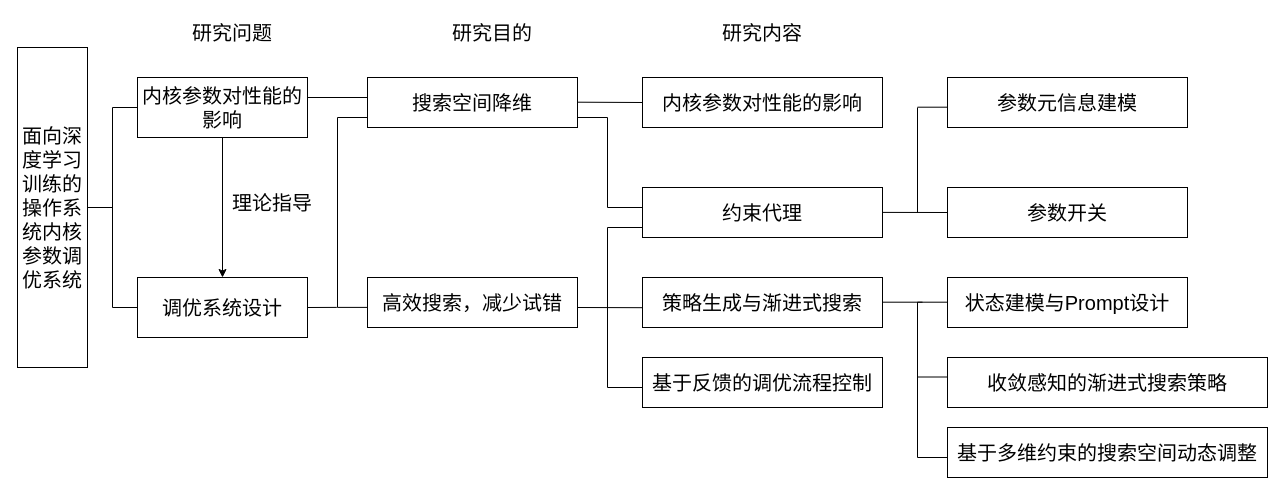
Before: 硕士论文1.drawio in DonCoyi/_pictures, a draw.io diagram. Source tidied: cells renumbered, new cells numbered last; positions are measured from the earlier drawing's top-left corner, leaving out a move shared by most shapes. Both pictures are drawn from the tidied source at 100%, with x=0, y=0 at pixel (17, 17).
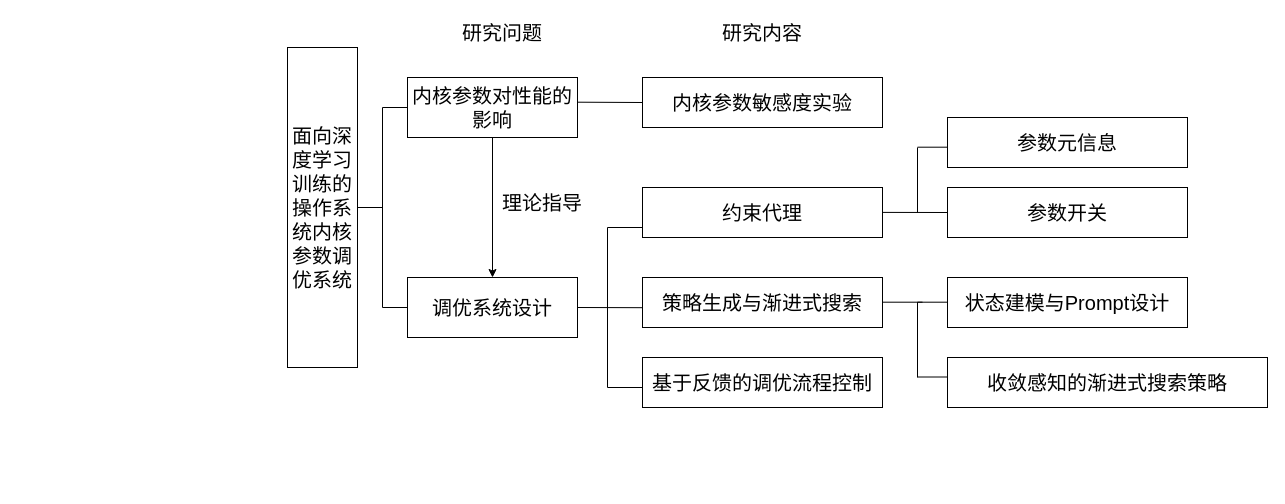
After the change.

Commit message:
更新硕士论文1.drawio

The edit, as a diff of the source:
```diff
@@
     <mxCell id="2" value="&lt;p class=&quot;MsoNormal&quot; align=&quot;center&quot; style=&quot;text-indent: 0cm; line-height: 120%;&quot;&gt;&lt;font&gt;&lt;a name=&quot;_Toc162113345&quot;&gt;&lt;/a&gt;&lt;a name=&quot;_Toc162125558&quot;&gt;&lt;/a&gt;&lt;a name=&quot;_Toc162125782&quot;&gt;&lt;/a&gt;&lt;a name=&quot;_Toc162200578&quot;&gt;&lt;/a&gt;&lt;a name=&quot;_Toc162626720&quot;&gt;&lt;/a&gt;&lt;a name=&quot;_Toc162702312&quot;&gt;&lt;/a&gt;&lt;a name=&quot;_Toc162807064&quot;&gt;&lt;span style=&quot;line-height: 120%; font-family: 宋体;&quot;&gt;面向深度学习训练的操作系统内核参数调优系统&lt;/span&gt;&lt;/a&gt;&lt;/font&gt;&lt;b&gt;&lt;span lang=&quot;EN-US&quot; style=&quot;font-size:&amp;lt;br/&amp;gt;26.0pt;mso-bidi-font-size:12.0pt;line-height:120%&quot;&gt;&lt;/span&gt;&lt;/b&gt;&lt;/p&gt;" style="rounded=0;whiteSpace=wrap;html=1;fontSize=20;" parent="1" vertex="1">
-      <mxGeometry y="30" width="70" height="320" as="geometry" />
+      <mxGeometry x="270" y="30" width="70" height="320" as="geometry" />
     </mxCell>
     <mxCell id="3" value="&lt;p class=&quot;MsoNormal&quot; align=&quot;center&quot; style=&quot;text-indent: 0cm; line-height: 120%;&quot;&gt;&lt;font face=&quot;宋体&quot;&gt;&lt;span&gt;内核参数对性能的影响&lt;/span&gt;&lt;/font&gt;&lt;/p&gt;" style="rounded=0;whiteSpace=wrap;html=1;fontSize=20;" parent="1" vertex="1">
-      <mxGeometry x="120" y="60" width="170" height="60" as="geometry" />
+      <mxGeometry x="390" y="60" width="170" height="60" as="geometry" />
     </mxCell>
     <mxCell id="4" value="&lt;p class=&quot;MsoNormal&quot; align=&quot;center&quot; style=&quot;text-indent: 0cm; line-height: 120%;&quot;&gt;&lt;font face=&quot;宋体&quot;&gt;&lt;span&gt;调优系统设计&lt;/span&gt;&lt;/font&gt;&lt;/p&gt;" style="rounded=0;whiteSpace=wrap;html=1;fontSize=20;" parent="1" vertex="1">
-      <mxGeometry x="120" y="260" width="170" height="60" as="geometry" />
+      <mxGeometry x="390" y="260" width="170" height="60" as="geometry" />
     </mxCell>
     <mxCell id="5" value="&lt;font face=&quot;宋体&quot;&gt;研究问题&lt;/font&gt;" style="text;html=1;whiteSpace=wrap;align=center;verticalAlign=middle;rounded=0;fontSize=20;" parent="1" vertex="1">
-      <mxGeometry x="170" width="90" height="30" as="geometry" />
+      <mxGeometry x="440" width="90" height="30" as="geometry" />
     </mxCell>
-    <mxCell id="6" value="&lt;span&gt;&lt;font face=&quot;宋体&quot;&gt;研究目的&lt;/font&gt;&lt;/span&gt;" style="text;html=1;whiteSpace=wrap;align=center;verticalAlign=middle;rounded=0;fontSize=20;" parent="1" vertex="1">
-      <mxGeometry x="430" width="90" height="30" as="geometry" />
-    </mxCell>
@@
-    <mxCell id="8" value="&lt;p class=&quot;MsoNormal&quot; align=&quot;center&quot; style=&quot;text-indent: 0cm; line-height: 120%;&quot;&gt;&lt;font face=&quot;宋体&quot;&gt;&lt;span&gt;搜索空间降维&lt;/span&gt;&lt;/font&gt;&lt;/p&gt;" style="rounded=0;whiteSpace=wrap;html=1;fontSize=20;" parent="1" vertex="1">
-      <mxGeometry x="350" y="60" width="210" height="50" as="geometry" />
-    </mxCell>
-    <mxCell id="9" value="&lt;p class=&quot;MsoNormal&quot; align=&quot;center&quot; style=&quot;text-indent: 0cm; line-height: 120%;&quot;&gt;&lt;font face=&quot;宋体&quot;&gt;&lt;span&gt;内核参数对性能的影响&lt;/span&gt;&lt;/font&gt;&lt;/p&gt;" style="rounded=0;whiteSpace=wrap;html=1;fontSize=20;" parent="1" vertex="1">
+    <mxCell id="9" value="&lt;p class=&quot;MsoNormal&quot; align=&quot;center&quot; style=&quot;text-indent: 0cm; line-height: 120%;&quot;&gt;&lt;font face=&quot;宋体&quot;&gt;&lt;span&gt;内核参数敏感度实验&lt;/span&gt;&lt;/font&gt;&lt;/p&gt;" style="rounded=0;whiteSpace=wrap;html=1;fontSize=20;" parent="1" vertex="1">
       <mxGeometry x="625" y="60" width="240" height="50" as="geometry" />
     </mxCell>
-    <mxCell id="10" value="&lt;p class=&quot;MsoNormal&quot; align=&quot;center&quot; style=&quot;text-indent: 0cm; line-height: 120%;&quot;&gt;&lt;font face=&quot;宋体&quot;&gt;&lt;span&gt;高效搜索，减少试错&lt;/span&gt;&lt;/font&gt;&lt;/p&gt;" style="rounded=0;whiteSpace=wrap;html=1;fontSize=20;" parent="1" vertex="1">
-      <mxGeometry x="350" y="260" width="210" height="50" as="geometry" />
-    </mxCell>
@@
     <mxCell id="13" style="strokeWidth=1;html=1;shape=mxgraph.flowchart.annotation_2;align=left;labelPosition=right;fontSize=20;" parent="1" vertex="1">
-      <mxGeometry x="70" y="90" width="50" height="200" as="geometry" />
+      <mxGeometry x="340" y="90" width="50" height="200" as="geometry" />
     </mxCell>
-    <mxCell id="14" style="endArrow=none;html=1;rounded=0;fontSize=20;" parent="1" edge="1">
-      <mxGeometry relative="1" as="geometry">
-        <mxPoint x="290" y="80" as="sourcePoint" />
-        <mxPoint x="350" y="80" as="targetPoint" />
-      </mxGeometry>
-    </mxCell>
@@
-    <mxCell id="16" style="endArrow=none;html=1;rounded=0;entryX=0;entryY=0.5;entryDx=0;entryDy=0;fontSize=20;" parent="1" edge="1">
-      <mxGeometry relative="1" as="geometry">
-        <mxPoint x="590" y="190" as="sourcePoint" />
-        <mxPoint x="625" y="190" as="targetPoint" />
-      </mxGeometry>
-    </mxCell>
-    <mxCell id="17" style="endArrow=none;html=1;rounded=0;exitX=1.004;exitY=0.417;exitDx=0;exitDy=0;fontSize=20;exitPerimeter=0;" parent="1" edge="1">
-      <mxGeometry relative="1" as="geometry">
-        <mxPoint x="290" y="290" as="sourcePoint" />
-        <mxPoint x="319.3" y="289.9" as="targetPoint" />
-      </mxGeometry>
-    </mxCell>
-    <mxCell id="18" style="endArrow=none;html=1;rounded=0;fontSize=20;" parent="1" edge="1">
-      <mxGeometry relative="1" as="geometry">
-        <mxPoint x="320" y="289.9" as="sourcePoint" />
-        <mxPoint x="350" y="289.9" as="targetPoint" />
-      </mxGeometry>
-    </mxCell>
-    <mxCell id="19" style="endArrow=none;html=1;rounded=0;exitX=1;exitY=0.5;exitDx=0;exitDy=0;fontSize=20;" parent="1" edge="1">
-      <mxGeometry relative="1" as="geometry">
-        <mxPoint x="330" y="100" as="sourcePoint" />
-        <mxPoint x="350" y="100" as="targetPoint" />
-      </mxGeometry>
-    </mxCell>
-    <mxCell id="20" style="endArrow=none;html=1;rounded=0;fontSize=20;" parent="1" edge="1">
-      <mxGeometry relative="1" as="geometry">
-        <mxPoint x="320" y="100" as="sourcePoint" />
-        <mxPoint x="320" y="290" as="targetPoint" />
-      </mxGeometry>
-    </mxCell>
@@
     <mxCell id="25" value="&lt;font face=&quot;宋体&quot;&gt;理论指导&lt;/font&gt;" style="text;html=1;whiteSpace=wrap;align=center;verticalAlign=middle;rounded=0;fontSize=20;" parent="1" vertex="1">
-      <mxGeometry x="210" y="170" width="90" height="30" as="geometry" />
+      <mxGeometry x="480" y="170" width="90" height="30" as="geometry" />
     </mxCell>
-    <mxCell id="26" style="endArrow=none;html=1;rounded=0;fontSize=20;" parent="1" edge="1">
-      <mxGeometry relative="1" as="geometry">
-        <mxPoint x="320" y="100" as="sourcePoint" />
-        <mxPoint x="350" y="100" as="targetPoint" />
-      </mxGeometry>
-    </mxCell>
@@
     <mxCell id="28" style="endArrow=none;html=1;rounded=0;fontSize=20;" parent="1" edge="1">
       <mxGeometry relative="1" as="geometry">
-        <mxPoint x="900" y="89.7" as="sourcePoint" />
-        <mxPoint x="930" y="89.7" as="targetPoint" />
+        <mxPoint x="900" y="129.7" as="sourcePoint" />
+        <mxPoint x="930" y="129.7" as="targetPoint" />
       </mxGeometry>
     </mxCell>
     <mxCell id="29" style="endArrow=none;html=1;rounded=0;fontSize=20;" parent="1" edge="1">
       <mxGeometry relative="1" as="geometry">
-        <mxPoint x="900" y="90" as="sourcePoint" />
+        <mxPoint x="900" y="130" as="sourcePoint" />
         <mxPoint x="900" y="195" as="targetPoint" />
       </mxGeometry>
     </mxCell>
@@
     <mxCell id="32" style="endArrow=none;html=1;rounded=0;fontSize=20;" parent="1" edge="1">
       <mxGeometry relative="1" as="geometry">
         <mxPoint x="900" y="284.7" as="sourcePoint" />
-        <mxPoint x="900" y="440" as="targetPoint" />
+        <mxPoint x="900" y="360" as="targetPoint" />
       </mxGeometry>
     </mxCell>
@@
-    <mxCell id="34" value="&lt;p class=&quot;MsoNormal&quot; align=&quot;center&quot; style=&quot;text-indent: 0cm; line-height: 120%;&quot;&gt;&lt;font face=&quot;宋体&quot;&gt;&lt;span&gt;参数元信息建模&lt;/span&gt;&lt;/font&gt;&lt;/p&gt;" style="rounded=0;whiteSpace=wrap;html=1;fontSize=20;" parent="1" vertex="1">
-      <mxGeometry x="930" y="60" width="240" height="50" as="geometry" />
+    <mxCell id="34" value="&lt;p class=&quot;MsoNormal&quot; align=&quot;center&quot; style=&quot;text-indent: 0cm; line-height: 120%;&quot;&gt;&lt;font face=&quot;宋体&quot;&gt;&lt;span&gt;参数元信息&lt;/span&gt;&lt;/font&gt;&lt;/p&gt;" style="rounded=0;whiteSpace=wrap;html=1;fontSize=20;" parent="1" vertex="1">
+      <mxGeometry x="930" y="100" width="240" height="50" as="geometry" />
     </mxCell>
@@
-    <mxCell id="36" value="&lt;p class=&quot;MsoNormal&quot; align=&quot;center&quot; style=&quot;text-indent: 0cm; line-height: 120%;&quot;&gt;&lt;span style=&quot;line-height: 150%;&quot;&gt;&lt;font face=&quot;宋体&quot;&gt;基于多维约束的搜索空间动态调整&lt;/font&gt;&lt;/span&gt;&lt;/p&gt;" style="rounded=0;whiteSpace=wrap;html=1;fontSize=20;" parent="1" vertex="1">
-      <mxGeometry x="930" y="410" width="320" height="50" as="geometry" />
-    </mxCell>
@@
-    <mxCell id="39" style="endArrow=none;html=1;rounded=0;fontSize=20;" parent="1" edge="1">
-      <mxGeometry relative="1" as="geometry">
-        <mxPoint x="590" y="100" as="sourcePoint" />
-        <mxPoint x="590" y="190" as="targetPoint" />
-      </mxGeometry>
-    </mxCell>
-    <mxCell id="40" style="endArrow=none;html=1;rounded=0;fontSize=20;" parent="1" edge="1">
-      <mxGeometry relative="1" as="geometry">
-        <mxPoint x="560" y="100" as="sourcePoint" />
-        <mxPoint x="590" y="100" as="targetPoint" />
-      </mxGeometry>
-    </mxCell>
-    <mxCell id="41" style="endArrow=none;html=1;rounded=0;fontSize=20;" parent="1" edge="1">
-      <mxGeometry relative="1" as="geometry">
-        <mxPoint x="900" y="440" as="sourcePoint" />
-        <mxPoint x="930" y="440" as="targetPoint" />
-      </mxGeometry>
-    </mxCell>
```
